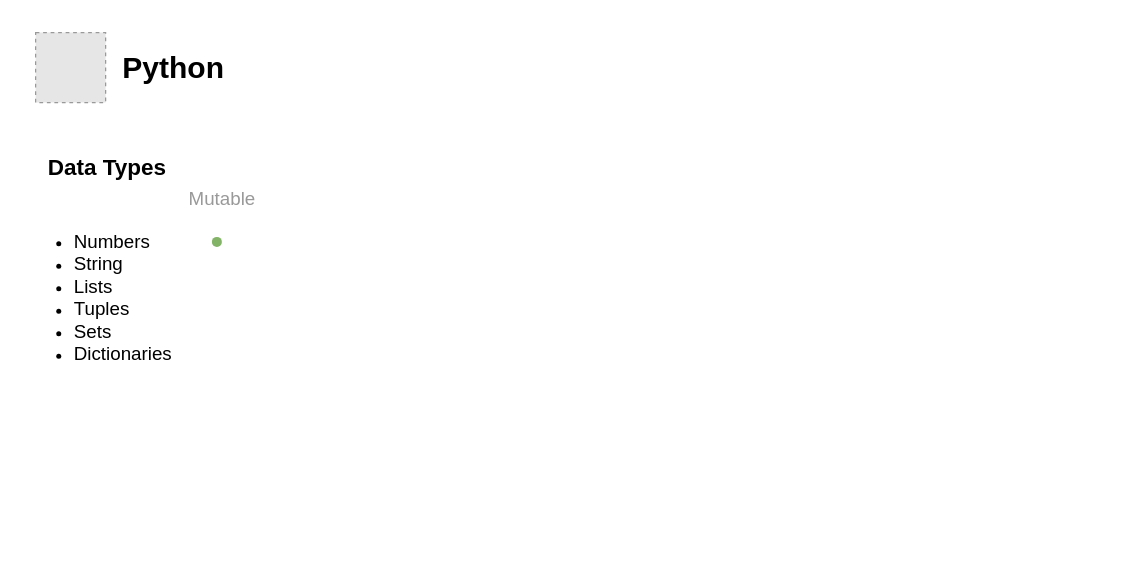
Earlier version of the draw.io diagram pyLearn.drawio (pavansuthar/PyLearn). Source tidied: cells renumbered, new cells numbered last; positions are measured from the earlier drawing's top-left corner, leaving out a move shared by most shapes. Both pictures are drawn from the tidied source at 125%, with x=0, y=0 at pixel (20, 21). Pictures stored in the file or linked from it are replaced by grey dashed boxes.
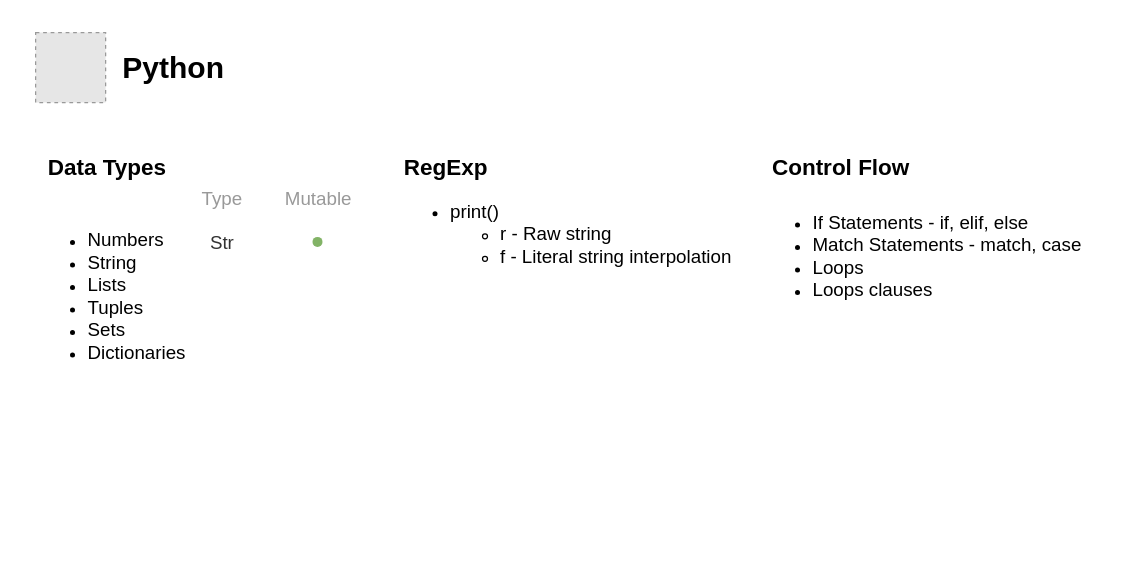
After the change.

Commit message (it also covers changes not shown here):
learnt control flow in py

The edit, as a diff of the source:
```diff
@@
 <mxGraphModel>
   <root>
     <mxCell id="0" />
     <mxCell id="1" parent="0" />
     <mxCell id="2" style="group;" parent="1" vertex="1">
       <mxGeometry x="12" width="159" height="73" as="geometry" />
     </mxCell>
     <mxCell id="3" value="&lt;h1&gt;Python&lt;/h1&gt;" style="text;html=1;align=center;verticalAlign=middle;strokeColor=none;fillColor=none;" parent="2" vertex="1">
       <mxGeometry x="60" width="99" height="73" as="geometry" />
     </mxCell>
     <mxCell id="4" style="fillColor=#E6E6E6;strokeColor=#999999;dashed=1;" parent="2" vertex="1">
       <mxGeometry y="8.5" width="56" height="56" as="geometry" />
     </mxCell>
     <mxCell id="5" value="&lt;h2&gt;Data Types&lt;/h2&gt;" style="text;html=1;align=center;verticalAlign=middle;strokeColor=none;fillColor=none;" parent="1" vertex="1">
       <mxGeometry x="12" y="85" width="113" height="63" as="geometry" />
     </mxCell>
-    <mxCell id="6" value="&lt;ul&gt;&lt;li&gt;&lt;span style=&quot;font-size: 15px; background-color: initial;&quot;&gt;Numbers&lt;/span&gt;&lt;/li&gt;&lt;li&gt;&lt;span style=&quot;font-size: 15px; background-color: initial;&quot;&gt;String&lt;/span&gt;&lt;/li&gt;&lt;li&gt;&lt;span style=&quot;font-size: 15px; background-color: initial;&quot;&gt;Lists&lt;/span&gt;&lt;/li&gt;&lt;li&gt;&lt;span style=&quot;font-size: 15px; background-color: initial;&quot;&gt;Tuples&lt;/span&gt;&lt;/li&gt;&lt;li&gt;&lt;span style=&quot;font-size: 15px; background-color: initial;&quot;&gt;Sets&lt;/span&gt;&lt;/li&gt;&lt;li&gt;&lt;span style=&quot;font-size: 15px; background-color: initial;&quot;&gt;Dictionaries&lt;/span&gt;&lt;/li&gt;&lt;/ul&gt;&lt;div&gt;&lt;span style=&quot;font-size: 15px;&quot;&gt;&lt;br&gt;&lt;/span&gt;&lt;/div&gt;&lt;div&gt;&lt;span style=&quot;font-size: 15px;&quot;&gt;&lt;br&gt;&lt;/span&gt;&lt;/div&gt;&lt;div&gt;&lt;span style=&quot;font-size: 15px;&quot;&gt;&lt;br&gt;&lt;/span&gt;&lt;/div&gt;&lt;div&gt;&lt;span style=&quot;font-size: 15px;&quot;&gt;&lt;br&gt;&lt;/span&gt;&lt;/div&gt;&lt;div&gt;&lt;span style=&quot;font-size: 15px;&quot;&gt;&lt;br&gt;&lt;/span&gt;&lt;/div&gt;&lt;div&gt;&lt;span style=&quot;font-size: 15px;&quot;&gt;&lt;br&gt;&lt;/span&gt;&lt;/div&gt;&lt;div&gt;&lt;span style=&quot;font-size: 15px;&quot;&gt;&lt;br&gt;&lt;/span&gt;&lt;/div&gt;&lt;div&gt;&lt;span style=&quot;font-size: 15px;&quot;&gt;&lt;br&gt;&lt;/span&gt;&lt;/div&gt;" style="text;html=1;align=left;verticalAlign=middle;strokeColor=none;fillColor=none;" parent="1" vertex="1">
-      <mxGeometry x="0.5" y="148" width="136" height="288" as="geometry" />
+    <mxCell id="6" value="&lt;p style=&quot;line-height: 1;&quot;&gt;&lt;/p&gt;&lt;ul&gt;&lt;li&gt;&lt;span style=&quot;font-size: 15px; background-color: initial;&quot;&gt;Numbers&lt;/span&gt;&lt;/li&gt;&lt;li&gt;&lt;span style=&quot;font-size: 15px; background-color: initial;&quot;&gt;String&lt;/span&gt;&lt;/li&gt;&lt;li&gt;&lt;span style=&quot;font-size: 15px; background-color: initial;&quot;&gt;Lists&lt;/span&gt;&lt;/li&gt;&lt;li&gt;&lt;span style=&quot;font-size: 15px; background-color: initial;&quot;&gt;Tuples&lt;/span&gt;&lt;/li&gt;&lt;li&gt;&lt;span style=&quot;font-size: 15px; background-color: initial;&quot;&gt;Sets&lt;/span&gt;&lt;/li&gt;&lt;li&gt;&lt;span style=&quot;font-size: 15px; background-color: initial;&quot;&gt;Dictionaries&lt;/span&gt;&lt;/li&gt;&lt;/ul&gt;&lt;div&gt;&lt;br&gt;&lt;/div&gt;&lt;p&gt;&lt;/p&gt;" style="text;html=1;align=left;verticalAlign=middle;strokeColor=none;fillColor=none;" parent="1" vertex="1">
+      <mxGeometry x="12" y="148" width="140" height="170" as="geometry" />
     </mxCell>
-    <mxCell id="7" value="&lt;font color=&quot;#999999&quot;&gt;Mutable&lt;/font&gt;" style="text;html=1;align=center;verticalAlign=middle;strokeColor=none;fillColor=none;fontSize=15;" parent="1" vertex="1">
-      <mxGeometry x="125" y="126" width="71" height="30" as="geometry" />
+    <mxCell id="7" value="&lt;font color=&quot;#999999&quot;&gt;Type&lt;/font&gt;" style="text;html=1;align=center;verticalAlign=middle;strokeColor=none;fillColor=none;fontSize=15;" parent="1" vertex="1">
+      <mxGeometry x="131" y="126" width="60" height="30" as="geometry" />
     </mxCell>
-    <mxCell id="8" style="shape=waypoint;sketch=0;size=6;fillColor=#d5e8d4;perimeter=centerPerimeter;fontSize=15;strokeColor=#82b366;strokeWidth=2;" parent="1" vertex="1">
-      <mxGeometry x="137" y="156" width="40" height="40" as="geometry" />
-    </mxCell>
+    <mxCell id="9" value="&lt;font color=&quot;#999999&quot;&gt;Mutable&lt;/font&gt;" style="text;html=1;align=center;verticalAlign=middle;strokeColor=none;fillColor=none;fontSize=15;" parent="1" vertex="1">
+      <mxGeometry x="202" y="126" width="71" height="30" as="geometry" />
+    </mxCell>
+    <mxCell id="10" style="shape=waypoint;sketch=0;size=6;fillColor=#d5e8d4;perimeter=centerPerimeter;fontSize=15;strokeColor=#82b366;strokeWidth=2;" parent="1" vertex="1">
+      <mxGeometry x="217.5" y="156" width="40" height="40" as="geometry" />
+    </mxCell>
+    <mxCell id="11" value="&lt;font color=&quot;#333333&quot;&gt;Str&lt;/font&gt;" style="text;html=1;align=center;verticalAlign=middle;strokeColor=none;fillColor=none;fontSize=15;fontColor=#999999;" parent="1" vertex="1">
+      <mxGeometry x="141" y="161" width="40" height="30" as="geometry" />
+    </mxCell>
+    <mxCell id="12" value="&lt;h2&gt;Control Flow&lt;/h2&gt;" style="text;html=1;align=center;verticalAlign=middle;strokeColor=none;fillColor=none;" parent="1" vertex="1">
+      <mxGeometry x="592" y="85" width="128" height="63" as="geometry" />
+    </mxCell>
+    <mxCell id="13" value="&lt;p style=&quot;line-height: 1;&quot;&gt;&lt;/p&gt;&lt;ul&gt;&lt;li&gt;&lt;span style=&quot;font-size: 15px; background-color: initial;&quot;&gt;If Statements - if, elif, else&lt;/span&gt;&lt;/li&gt;&lt;li&gt;&lt;span style=&quot;font-size: 15px; background-color: initial;&quot;&gt;Match Statements - match, case&lt;/span&gt;&lt;/li&gt;&lt;li&gt;&lt;span style=&quot;font-size: 15px; background-color: initial;&quot;&gt;Loops&lt;/span&gt;&lt;/li&gt;&lt;li&gt;&lt;span style=&quot;font-size: 15px; background-color: initial;&quot;&gt;Loops clauses&lt;/span&gt;&lt;/li&gt;&lt;/ul&gt;&lt;p&gt;&lt;/p&gt;" style="text;html=1;align=left;verticalAlign=middle;strokeColor=none;fillColor=none;" parent="1" vertex="1">
+      <mxGeometry x="592" y="133" width="273" height="108" as="geometry" />
+    </mxCell>
+    <mxCell id="14" value="&lt;h2&gt;RegExp&lt;/h2&gt;" style="text;html=1;align=center;verticalAlign=middle;strokeColor=none;fillColor=none;" parent="1" vertex="1">
+      <mxGeometry x="297" y="85" width="85" height="63" as="geometry" />
+    </mxCell>
+    <mxCell id="15" value="&lt;p style=&quot;line-height: 1;&quot;&gt;&lt;/p&gt;&lt;ul&gt;&lt;li&gt;&lt;span style=&quot;font-size: 15px;&quot;&gt;print()&lt;/span&gt;&lt;/li&gt;&lt;ul&gt;&lt;li&gt;&lt;span style=&quot;font-size: 15px;&quot;&gt;r - Raw string&lt;/span&gt;&lt;/li&gt;&lt;li&gt;&lt;span style=&quot;font-size: 15px;&quot;&gt;f - Literal string interpolation&lt;/span&gt;&lt;/li&gt;&lt;/ul&gt;&lt;/ul&gt;&lt;p&gt;&lt;/p&gt;" style="text;html=1;align=left;verticalAlign=middle;strokeColor=none;fillColor=none;" parent="1" vertex="1">
+      <mxGeometry x="302" y="124" width="283" height="90" as="geometry" />
+    </mxCell>
   </root>
 </mxGraphModel>
```
